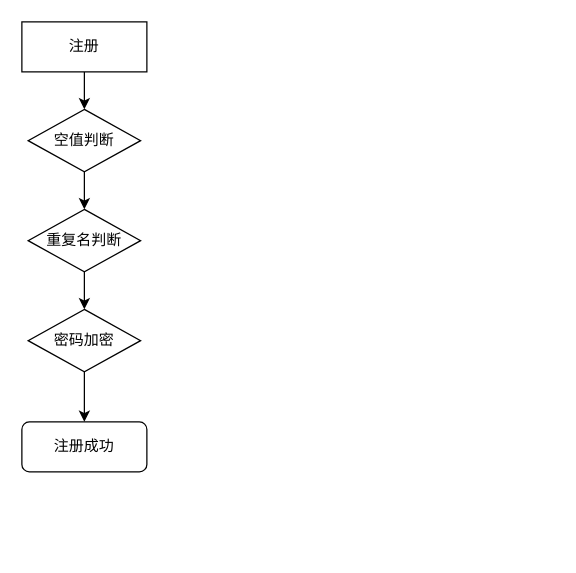
jinfazhu-mygit/backend-of-koa-project-for-graduate keeps this draw.io diagram as src/controller/登录注册.dio. Above is the earlier version. Source tidied: cells renumbered, new cells numbered last; positions are measured from the earlier drawing's top-left corner, leaving out a move shared by most shapes. Both pictures are drawn from the tidied source at 125%, with x=0, y=0 at pixel (21, 21).
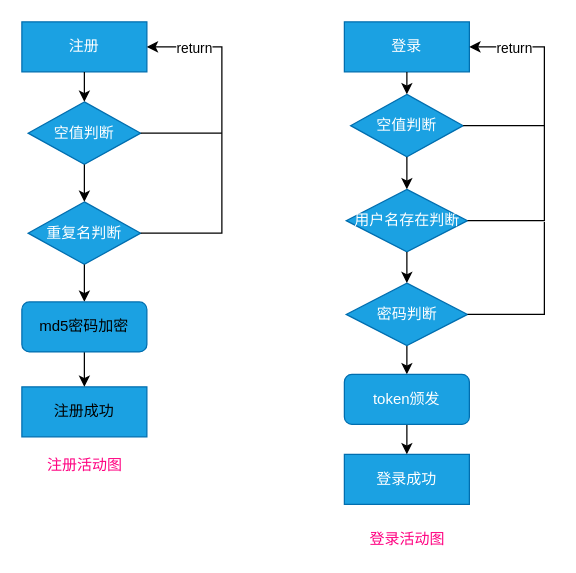
After the change.

Diff of the diagram source:
```diff
@@
-    <mxCell id="2" value="注册" style="rounded=0;whiteSpace=wrap;html=1;fillColor=#FFFFFF;fontColor=#000000;" parent="1" vertex="1">
+    <mxCell id="2" value="注册" style="rounded=0;whiteSpace=wrap;html=1;fillColor=#1ba1e2;fontColor=#ffffff;strokeColor=#006EAF;" parent="1" vertex="1">
       <mxGeometry width="100" height="40" as="geometry" />
     </mxCell>
-    <mxCell id="3" value="空值判断" style="rhombus;whiteSpace=wrap;html=1;fontColor=#000000;fillColor=#FFFFFF;" parent="1" vertex="1">
-      <mxGeometry x="5" y="70" width="90" height="50" as="geometry" />
+    <mxCell id="3" value="空值判断" style="rhombus;whiteSpace=wrap;html=1;fontColor=#ffffff;fillColor=#1ba1e2;strokeColor=#006EAF;" parent="1" vertex="1">
+      <mxGeometry x="5" y="64" width="90" height="50" as="geometry" />
     </mxCell>
-    <mxCell id="4" value="重复名判断" style="rhombus;whiteSpace=wrap;html=1;fontColor=#000000;fillColor=#FFFFFF;" parent="1" vertex="1">
-      <mxGeometry x="5" y="150" width="90" height="50" as="geometry" />
+    <mxCell id="4" value="重复名判断" style="rhombus;whiteSpace=wrap;html=1;fontColor=#ffffff;fillColor=#1ba1e2;strokeColor=#006EAF;" parent="1" vertex="1">
+      <mxGeometry x="5" y="144" width="90" height="50" as="geometry" />
     </mxCell>
-    <mxCell id="5" value="密码加密" style="rhombus;whiteSpace=wrap;html=1;fontColor=#000000;fillColor=#FFFFFF;" parent="1" vertex="1">
-      <mxGeometry x="5" y="230" width="90" height="50" as="geometry" />
-    </mxCell>
-    <mxCell id="6" value="注册成功" style="rounded=1;whiteSpace=wrap;html=1;fontColor=#000000;fillColor=#FFFFFF;" parent="1" vertex="1">
-      <mxGeometry y="320" width="100" height="40" as="geometry" />
+    <mxCell id="6" value="注册成功" style="rounded=0;whiteSpace=wrap;html=1;fontColor=#000000;fillColor=#1ba1e2;strokeColor=#006EAF;" parent="1" vertex="1">
+      <mxGeometry y="292" width="100" height="40" as="geometry" />
     </mxCell>
@@
-    <mxCell id="9" style="endArrow=classic;html=1;fontColor=#000000;exitX=0.5;exitY=1;exitDx=0;exitDy=0;entryX=0.5;entryY=0;entryDx=0;entryDy=0;labelBackgroundColor=#000000;strokeColor=#000000;" parent="1" edge="1" source="4" target="5">
+    <mxCell id="9" style="endArrow=classic;html=1;fontColor=#000000;exitX=0.5;exitY=1;exitDx=0;exitDy=0;labelBackgroundColor=#000000;strokeColor=#000000;" parent="1" edge="1" source="4" target="31">
       <mxGeometry relative="1" as="geometry" />
     </mxCell>
-    <mxCell id="10" style="endArrow=classic;html=1;fontColor=#000000;exitX=0.5;exitY=1;exitDx=0;exitDy=0;entryX=0.5;entryY=0;entryDx=0;entryDy=0;labelBackgroundColor=#000000;strokeColor=#000000;" parent="1" edge="1" source="5" target="6">
+    <mxCell id="10" style="endArrow=classic;html=1;fontColor=#000000;exitX=0.5;exitY=1;exitDx=0;exitDy=0;entryX=0.5;entryY=0;entryDx=0;entryDy=0;labelBackgroundColor=#000000;strokeColor=#000000;" parent="1" edge="1" source="31" target="6">
       <mxGeometry relative="1" as="geometry" />
     </mxCell>
+    <mxCell id="11" style="endArrow=classic;html=1;exitX=1;exitY=0.5;exitDx=0;exitDy=0;strokeColor=#000000;rounded=0;entryX=1;entryY=0.5;entryDx=0;entryDy=0;" parent="1" edge="1" source="4" target="2">
+      <mxGeometry relative="1" as="geometry">
+        <Array as="points">
+          <mxPoint x="160" y="169" />
+          <mxPoint x="160" y="20" />
+        </Array>
+      </mxGeometry>
+    </mxCell>
+    <mxCell id="12" value="return" style="edgeLabel;html=1;align=center;verticalAlign=middle;labelBackgroundColor=#FFFFFF;fontColor=#000000;" parent="11" vertex="1">
+      <mxGeometry x="0.73" relative="1" as="geometry" />
+    </mxCell>
+    <mxCell id="13" style="endArrow=none;html=1;rounded=0;fontColor=#000000;strokeColor=#000000;exitX=1;exitY=0.5;exitDx=0;exitDy=0;" parent="1" edge="1" source="3">
+      <mxGeometry relative="1" as="geometry">
+        <mxPoint x="160" y="89" as="targetPoint" />
+      </mxGeometry>
+    </mxCell>
+    <mxCell id="14" value="注册活动图" style="text;html=1;align=center;verticalAlign=middle;strokeColor=none;fillColor=none;fontColor=#FF0080;" parent="1" vertex="1">
+      <mxGeometry x="15" y="346" width="70" height="18" as="geometry" />
+    </mxCell>
+    <mxCell id="15" value="登录" style="rounded=0;whiteSpace=wrap;html=1;fillColor=#1ba1e2;fontColor=#ffffff;strokeColor=#006EAF;" parent="1" vertex="1">
+      <mxGeometry x="258" width="100" height="40" as="geometry" />
+    </mxCell>
+    <mxCell id="16" value="空值判断" style="rhombus;whiteSpace=wrap;html=1;fontColor=#ffffff;fillColor=#1ba1e2;strokeColor=#006EAF;" parent="1" vertex="1">
+      <mxGeometry x="263" y="58" width="90" height="50" as="geometry" />
+    </mxCell>
+    <mxCell id="17" value="用户名存在判断" style="rhombus;whiteSpace=wrap;html=1;fontColor=#ffffff;fillColor=#1ba1e2;strokeColor=#006EAF;" parent="1" vertex="1">
+      <mxGeometry x="259.5" y="134" width="97" height="50" as="geometry" />
+    </mxCell>
+    <mxCell id="18" value="登录成功" style="rounded=0;whiteSpace=wrap;html=1;fontColor=#FFFFFF;fillColor=#1ba1e2;strokeColor=#006EAF;" parent="1" vertex="1">
+      <mxGeometry x="258" y="346" width="100" height="40" as="geometry" />
+    </mxCell>
+    <mxCell id="19" style="endArrow=classic;html=1;fontColor=#000000;exitX=0.5;exitY=1;exitDx=0;exitDy=0;entryX=0.5;entryY=0;entryDx=0;entryDy=0;labelBackgroundColor=#000000;strokeColor=#000000;" parent="1" edge="1" source="15" target="16">
+      <mxGeometry relative="1" as="geometry" />
+    </mxCell>
+    <mxCell id="20" style="endArrow=classic;html=1;fontColor=#000000;exitX=0.5;exitY=1;exitDx=0;exitDy=0;entryX=0.5;entryY=0;entryDx=0;entryDy=0;labelBackgroundColor=#000000;strokeColor=#000000;" parent="1" edge="1" source="16" target="17">
+      <mxGeometry relative="1" as="geometry" />
+    </mxCell>
+    <mxCell id="21" style="endArrow=classic;html=1;fontColor=#000000;entryX=0.5;entryY=0;entryDx=0;entryDy=0;labelBackgroundColor=#000000;strokeColor=#000000;" parent="1" edge="1" target="27">
+      <mxGeometry relative="1" as="geometry">
+        <mxPoint x="308" y="239" as="sourcePoint" />
+      </mxGeometry>
+    </mxCell>
+    <mxCell id="22" style="endArrow=classic;html=1;fontColor=#000000;exitX=0.5;exitY=1;exitDx=0;exitDy=0;entryX=0.5;entryY=0;entryDx=0;entryDy=0;labelBackgroundColor=#000000;strokeColor=#000000;exitPerimeter=0;" parent="1" edge="1" source="27" target="18">
+      <mxGeometry relative="1" as="geometry" />
+    </mxCell>
+    <mxCell id="23" style="endArrow=classic;html=1;exitX=1;exitY=0.5;exitDx=0;exitDy=0;strokeColor=#000000;rounded=0;entryX=1;entryY=0.5;entryDx=0;entryDy=0;" parent="1" edge="1" source="17" target="15">
+      <mxGeometry relative="1" as="geometry">
+        <Array as="points">
+          <mxPoint x="418" y="159" />
+          <mxPoint x="418" y="83" />
+          <mxPoint x="418" y="20" />
+        </Array>
+      </mxGeometry>
+    </mxCell>
+    <mxCell id="24" value="return" style="edgeLabel;html=1;align=center;verticalAlign=middle;labelBackgroundColor=#FFFFFF;fontColor=#000000;" parent="23" vertex="1">
+      <mxGeometry x="0.73" relative="1" as="geometry" />
+    </mxCell>
+    <mxCell id="25" style="endArrow=none;html=1;rounded=0;fontColor=#000000;strokeColor=#000000;exitX=1;exitY=0.5;exitDx=0;exitDy=0;" parent="1" edge="1" source="16">
+      <mxGeometry relative="1" as="geometry">
+        <mxPoint x="418" y="83" as="targetPoint" />
+      </mxGeometry>
+    </mxCell>
+    <mxCell id="26" value="登录活动图" style="text;html=1;align=center;verticalAlign=middle;strokeColor=none;fillColor=none;fontColor=#FF0080;" parent="1" vertex="1">
+      <mxGeometry x="272.5" y="405" width="70" height="18" as="geometry" />
+    </mxCell>
+    <mxCell id="27" value="token颁发" style="rounded=1;whiteSpace=wrap;html=1;fontColor=#FFFFFF;fillColor=#1ba1e2;strokeColor=#006EAF;" parent="1" vertex="1">
+      <mxGeometry x="258" y="282" width="100" height="40" as="geometry" />
+    </mxCell>
+    <mxCell id="28" value="密码判断" style="rhombus;whiteSpace=wrap;html=1;fontColor=#ffffff;fillColor=#1ba1e2;strokeColor=#006EAF;" parent="1" vertex="1">
+      <mxGeometry x="259.5" y="209" width="97" height="50" as="geometry" />
+    </mxCell>
+    <mxCell id="29" style="endArrow=classic;html=1;fontColor=#000000;exitX=0.5;exitY=1;exitDx=0;exitDy=0;entryX=0.5;entryY=0;entryDx=0;entryDy=0;labelBackgroundColor=#000000;strokeColor=#000000;" parent="1" edge="1" source="17" target="28">
+      <mxGeometry relative="1" as="geometry" />
+    </mxCell>
+    <mxCell id="30" style="endArrow=none;html=1;exitX=1;exitY=0.5;exitDx=0;exitDy=0;strokeColor=#000000;rounded=0;" parent="1" edge="1" source="28">
+      <mxGeometry relative="1" as="geometry">
+        <mxPoint x="418" y="160" as="targetPoint" />
+        <Array as="points">
+          <mxPoint x="418" y="234" />
+        </Array>
+      </mxGeometry>
+    </mxCell>
+    <mxCell id="31" value="md5密码加密" style="rounded=1;whiteSpace=wrap;html=1;fontColor=#000000;fillColor=#1ba1e2;strokeColor=#006EAF;" parent="1" vertex="1">
+      <mxGeometry y="224" width="100" height="40" as="geometry" />
+    </mxCell>
```
